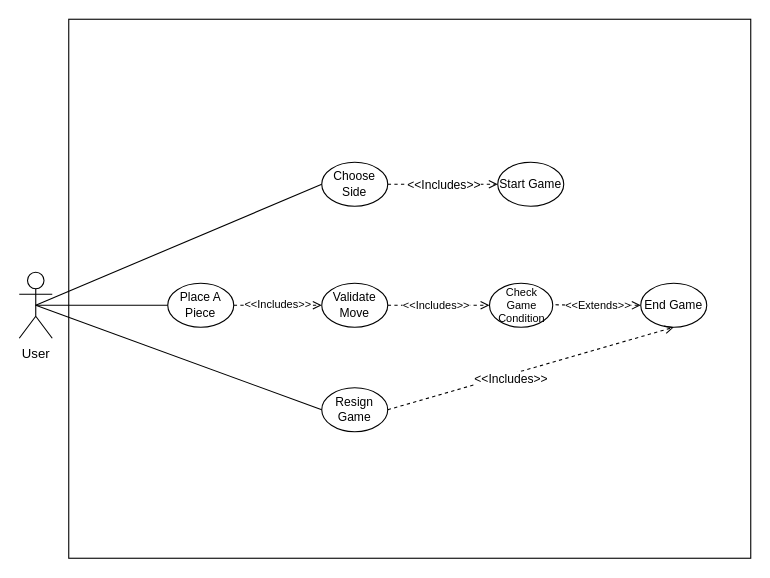
The draw.io diagram Iteration_1/Backend/UseCaseDiagrams/backend_UseCaseDiagram.drawio in m-yoon02/Condensation, before the edit. Source tidied: cells renumbered, new cells numbered last; positions are measured from the earlier drawing's top-left corner, leaving out a move shared by most shapes. Both pictures are drawn from the tidied source at 110%, with x=0, y=0 at pixel (19, 19).
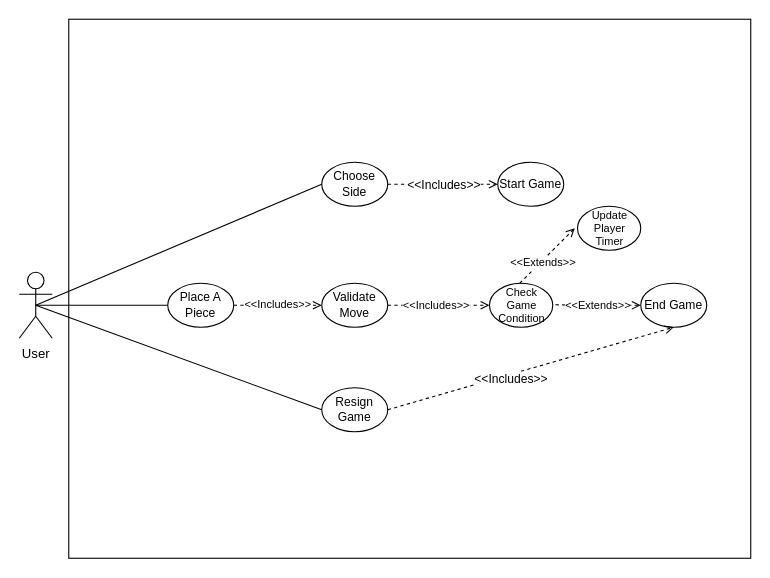
The same page after the edit.

Commit message:
Added update game timer use case

Diff of the diagram source:
```diff
@@
+    <mxCell id="24" value="Update Player Timer" style="ellipse;whiteSpace=wrap;html=1;fontSize=10;" parent="1" vertex="1">
+      <mxGeometry x="507.5" y="170" width="57.5" height="40" as="geometry" />
+    </mxCell>
+    <mxCell id="25" style="endArrow=open;dashed=1;html=1;rounded=0;startArrow=none;startFill=0;endFill=0;" parent="1" edge="1">
+      <mxGeometry relative="1" as="geometry">
+        <mxPoint x="455" y="240" as="sourcePoint" />
+        <mxPoint x="505" y="190" as="targetPoint" />
+      </mxGeometry>
+    </mxCell>
+    <mxCell id="26" value="&amp;lt;&amp;lt;Extends&amp;gt;&amp;gt;" style="edgeLabel;html=1;align=center;verticalAlign=middle;fontSize=10;" parent="1" vertex="1">
+      <mxGeometry x="475" y="220" as="geometry" />
+    </mxCell>
```
